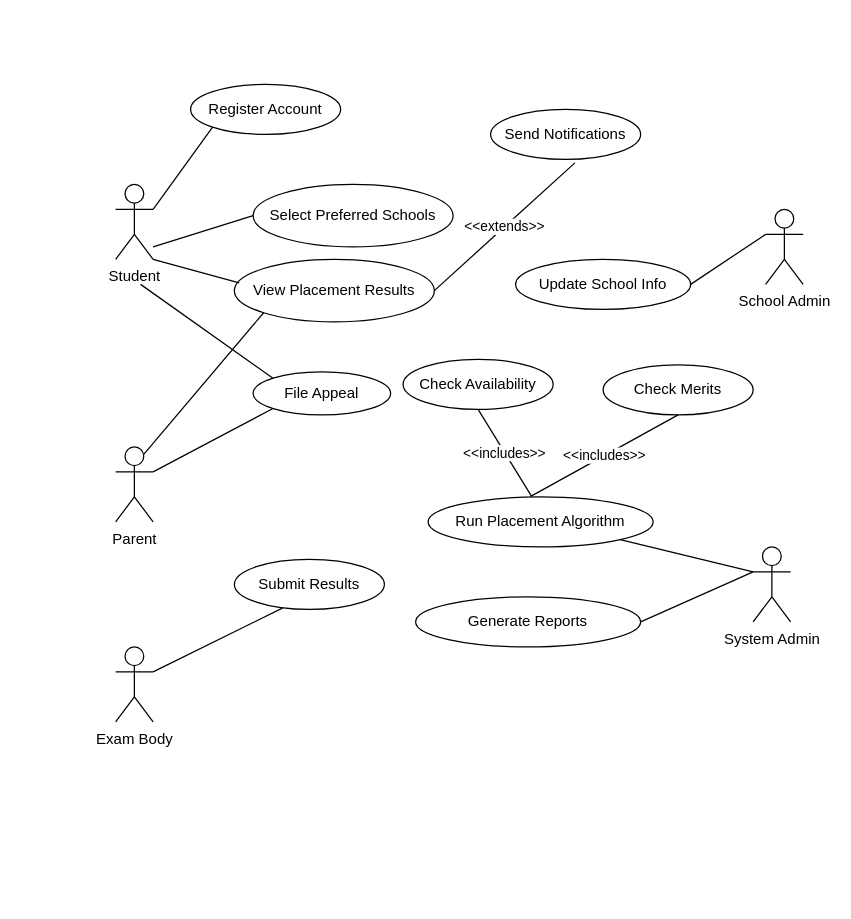
Before: Use-Case-Eduplace.drawio in AshongAbdallah06/AshongAbdallah06.github.io, a draw.io diagram. Source tidied: cells renumbered, new cells numbered last; positions are measured from the earlier drawing's top-left corner, leaving out a move shared by most shapes. Both pictures are drawn from the tidied source at 125%, with x=0, y=0 at pixel (115, 84).
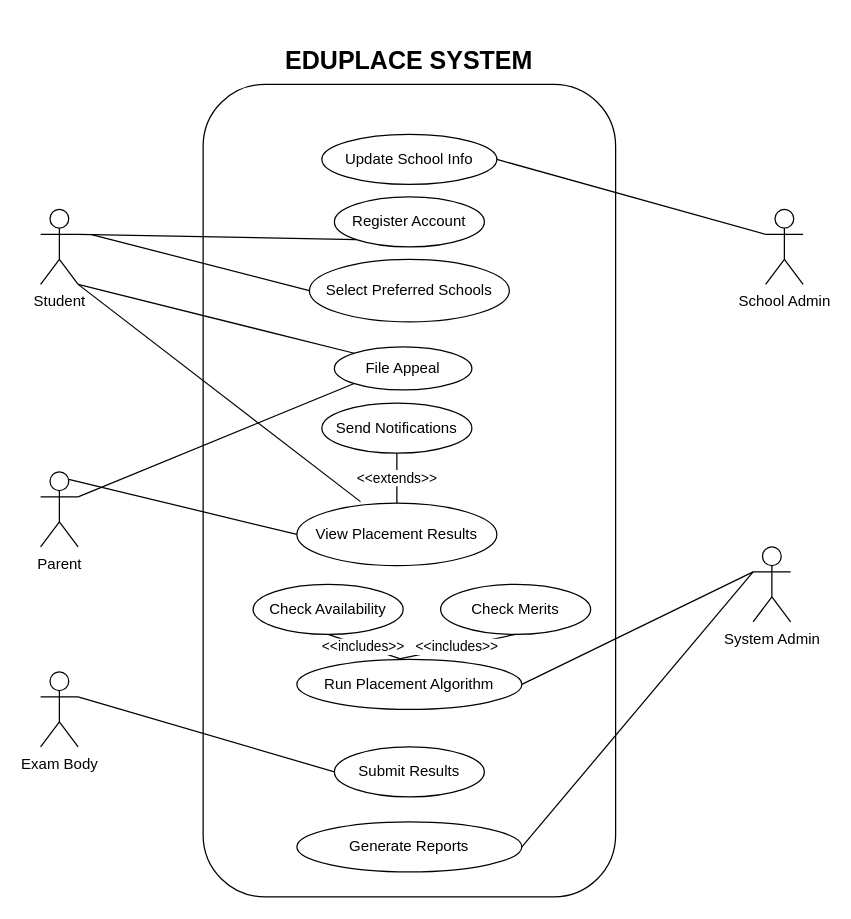
The same diagram, later.

The change refers to these unchanged cells:
```xml
<mxCell id="6" value="System Admin" style="shape=umlActor;verticalLabelPosition=bottom;verticalAlign=top;html=1;outlineConnect=0;" parent="1" vertex="1">
  <mxGeometry x="510" y="370" width="30" height="60" as="geometry" />
</mxCell>
```

What changed in the source:
```diff
@@
+    <mxCell id="31" style="rounded=1;whiteSpace=wrap;html=1;" parent="1" vertex="1">
+      <mxGeometry x="70" width="330" height="650" as="geometry" />
+    </mxCell>
     <mxCell id="2" value="Student" style="shape=umlActor;verticalLabelPosition=bottom;verticalAlign=top;html=1;outlineConnect=0;" parent="1" vertex="1">
-      <mxGeometry y="80" width="30" height="60" as="geometry" />
+      <mxGeometry x="-60" y="100" width="30" height="60" as="geometry" />
     </mxCell>
     <mxCell id="3" value="Parent" style="shape=umlActor;verticalLabelPosition=bottom;verticalAlign=top;html=1;outlineConnect=0;" parent="1" vertex="1">
-      <mxGeometry y="290" width="30" height="60" as="geometry" />
+      <mxGeometry x="-60" y="310" width="30" height="60" as="geometry" />
     </mxCell>
     <mxCell id="4" value="Exam Body" style="shape=umlActor;verticalLabelPosition=bottom;verticalAlign=top;html=1;outlineConnect=0;" parent="1" vertex="1">
-      <mxGeometry y="450" width="30" height="60" as="geometry" />
+      <mxGeometry x="-60" y="470" width="30" height="60" as="geometry" />
     </mxCell>
@@
     <mxCell id="7" value="Register Account" style="ellipse;whiteSpace=wrap;html=1;" parent="1" vertex="1">
-      <mxGeometry x="60" width="120" height="40" as="geometry" />
+      <mxGeometry x="175" y="90" width="120" height="40" as="geometry" />
     </mxCell>
     <mxCell id="8" value="Select Preferred Schools" style="ellipse;whiteSpace=wrap;html=1;" parent="1" vertex="1">
-      <mxGeometry x="110" y="80" width="160" height="50" as="geometry" />
+      <mxGeometry x="155" y="140" width="160" height="50" as="geometry" />
     </mxCell>
     <mxCell id="9" value="File Appeal" style="ellipse;whiteSpace=wrap;html=1;" parent="1" vertex="1">
-      <mxGeometry x="110" y="230" width="110" height="34.4" as="geometry" />
+      <mxGeometry x="175" y="210" width="110" height="34.4" as="geometry" />
     </mxCell>
     <mxCell id="10" value="View Placement Results" style="ellipse;whiteSpace=wrap;html=1;" parent="1" vertex="1">
-      <mxGeometry x="95" y="140" width="160" height="50" as="geometry" />
+      <mxGeometry x="145" y="335" width="160" height="50" as="geometry" />
     </mxCell>
@@
-    <mxCell id="12" style="endArrow=none;html=1;rounded=0;entryX=0;entryY=0.5;entryDx=0;entryDy=0;exitX=1;exitY=0.833;exitDx=0;exitDy=0;exitPerimeter=0;" parent="1" edge="1" source="2" target="8">
-      <mxGeometry relative="1" as="geometry" />
+    <mxCell id="12" style="endArrow=none;html=1;rounded=0;entryX=0;entryY=0.5;entryDx=0;entryDy=0;" parent="1" edge="1" target="8">
+      <mxGeometry relative="1" as="geometry">
+        <mxPoint x="-20" y="120" as="sourcePoint" />
+      </mxGeometry>
     </mxCell>
-    <mxCell id="13" style="endArrow=none;html=1;rounded=0;entryX=0.024;entryY=0.376;entryDx=0;entryDy=0;entryPerimeter=0;exitX=1;exitY=1;exitDx=0;exitDy=0;exitPerimeter=0;" parent="1" edge="1" source="2" target="10">
+    <mxCell id="13" style="endArrow=none;html=1;rounded=0;entryX=0.318;entryY=-0.024;entryDx=0;entryDy=0;entryPerimeter=0;exitX=1;exitY=1;exitDx=0;exitDy=0;exitPerimeter=0;" parent="1" edge="1" source="2" target="10">
       <mxGeometry relative="1" as="geometry" />
     </mxCell>
-    <mxCell id="14" style="endArrow=none;html=1;rounded=0;entryX=0;entryY=0;entryDx=0;entryDy=0;" parent="1" edge="1" target="9">
-      <mxGeometry relative="1" as="geometry">
-        <mxPoint x="20" y="160" as="sourcePoint" />
-      </mxGeometry>
+    <mxCell id="14" style="endArrow=none;html=1;rounded=0;entryX=0;entryY=0;entryDx=0;entryDy=0;exitX=1;exitY=1;exitDx=0;exitDy=0;exitPerimeter=0;" parent="1" edge="1" source="2" target="9">
+      <mxGeometry relative="1" as="geometry" />
     </mxCell>
-    <mxCell id="15" style="endArrow=none;html=1;rounded=0;entryX=0;entryY=1;entryDx=0;entryDy=0;exitX=0.75;exitY=0.1;exitDx=0;exitDy=0;exitPerimeter=0;" parent="1" edge="1" source="3" target="10">
+    <mxCell id="15" style="endArrow=none;html=1;rounded=0;entryX=0;entryY=0.5;entryDx=0;entryDy=0;exitX=0.75;exitY=0.1;exitDx=0;exitDy=0;exitPerimeter=0;" parent="1" edge="1" source="3" target="10">
       <mxGeometry relative="1" as="geometry" />
     </mxCell>
@@
     <mxCell id="17" value="Submit Results" style="ellipse;whiteSpace=wrap;html=1;" parent="1" vertex="1">
-      <mxGeometry x="95" y="380" width="120" height="40" as="geometry" />
+      <mxGeometry x="175" y="530" width="120" height="40" as="geometry" />
     </mxCell>
     <mxCell id="18" value="Update School Info" style="ellipse;whiteSpace=wrap;html=1;" parent="1" vertex="1">
-      <mxGeometry x="320" y="140" width="140" height="40" as="geometry" />
+      <mxGeometry x="165" y="40" width="140" height="40" as="geometry" />
     </mxCell>
@@
     <mxCell id="20" value="Run Placement Algorithm" style="ellipse;whiteSpace=wrap;html=1;" parent="1" vertex="1">
-      <mxGeometry x="250" y="330" width="180" height="40" as="geometry" />
+      <mxGeometry x="145" y="460" width="180" height="40" as="geometry" />
     </mxCell>
-    <mxCell id="21" style="endArrow=none;html=1;rounded=0;entryX=0;entryY=0.3333333333333333;entryDx=0;entryDy=0;entryPerimeter=0;exitX=1;exitY=1;exitDx=0;exitDy=0;" parent="1" edge="1" source="20" target="6">
+    <mxCell id="21" style="endArrow=none;html=1;rounded=0;entryX=0;entryY=0.3333333333333333;entryDx=0;entryDy=0;entryPerimeter=0;exitX=1;exitY=0.5;exitDx=0;exitDy=0;" parent="1" edge="1" source="20" target="6">
       <mxGeometry relative="1" as="geometry" />
     </mxCell>
     <mxCell id="22" value="Generate Reports" style="ellipse;whiteSpace=wrap;html=1;" parent="1" vertex="1">
-      <mxGeometry x="240" y="410" width="180" height="40" as="geometry" />
+      <mxGeometry x="145" y="590" width="180" height="40" as="geometry" />
     </mxCell>
@@
-    <mxCell id="24" style="endArrow=none;html=1;rounded=0;exitX=1;exitY=0.3333333333333333;exitDx=0;exitDy=0;exitPerimeter=0;entryX=0.323;entryY=0.97;entryDx=0;entryDy=0;entryPerimeter=0;" parent="1" edge="1" source="4" target="17">
+    <mxCell id="24" style="endArrow=none;html=1;rounded=0;exitX=1;exitY=0.3333333333333333;exitDx=0;exitDy=0;exitPerimeter=0;entryX=0;entryY=0.5;entryDx=0;entryDy=0;" parent="1" edge="1" source="4" target="17">
       <mxGeometry relative="1" as="geometry" />
     </mxCell>
     <mxCell id="25" value="Check Merits" style="ellipse;whiteSpace=wrap;html=1;" parent="1" vertex="1">
-      <mxGeometry x="390" y="224.4" width="120" height="40" as="geometry" />
+      <mxGeometry x="260" y="400" width="120" height="40" as="geometry" />
     </mxCell>
@@
     <mxCell id="28" value="Check Availability" style="ellipse;whiteSpace=wrap;html=1;" parent="1" vertex="1">
-      <mxGeometry x="230" y="220" width="120" height="40" as="geometry" />
+      <mxGeometry x="110" y="400" width="120" height="40" as="geometry" />
     </mxCell>
     <mxCell id="29" value="Send Notifications" style="ellipse;whiteSpace=wrap;html=1;" parent="1" vertex="1">
-      <mxGeometry x="300" y="20" width="120" height="40" as="geometry" />
+      <mxGeometry x="165" y="255" width="120" height="40" as="geometry" />
     </mxCell>
-    <mxCell id="30" value="&amp;lt;&amp;lt;extends&amp;gt;&amp;gt;" style="endArrow=none;html=1;rounded=0;entryX=0.562;entryY=1.07;entryDx=0;entryDy=0;entryPerimeter=0;exitX=1;exitY=0.5;exitDx=0;exitDy=0;" parent="1" edge="1" source="10" target="29">
-      <mxGeometry relative="1" as="geometry" />
+    <mxCell id="30" value="&amp;lt;&amp;lt;extends&amp;gt;&amp;gt;" style="endArrow=none;html=1;rounded=0;entryX=0.5;entryY=1;entryDx=0;entryDy=0;exitX=0.5;exitY=0;exitDx=0;exitDy=0;" parent="1" edge="1" source="10" target="29">
+      <mxGeometry x="-0.01" relative="1" as="geometry" />
     </mxCell>
+    <mxCell id="32" value="&lt;b&gt;&lt;font style=&quot;font-size: 20px;&quot;&gt;EDUPLACE SYSTEM&lt;/font&gt;&lt;/b&gt;" style="whiteSpace=wrap;html=1;fillColor=none;strokeColor=none;" parent="1" vertex="1">
+      <mxGeometry x="125" y="-50" width="220" height="60" as="geometry" />
+    </mxCell>
```
